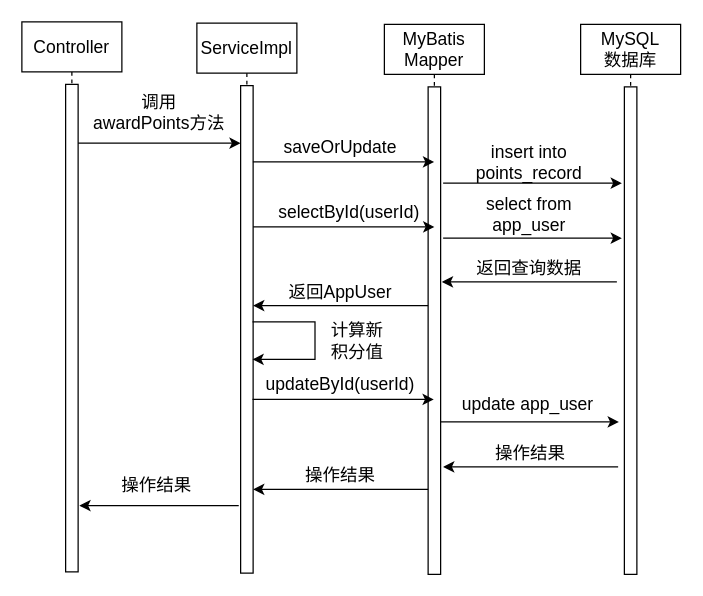
Earlier version of the draw.io diagram 积分.drawio (mochaDMQ/myPicture). Source tidied: cells renumbered, new cells numbered last; positions are measured from the earlier drawing's top-left corner, leaving out a move shared by most shapes. Both pictures are drawn from the tidied source at 125%, with x=0, y=0 at pixel (21, 21).
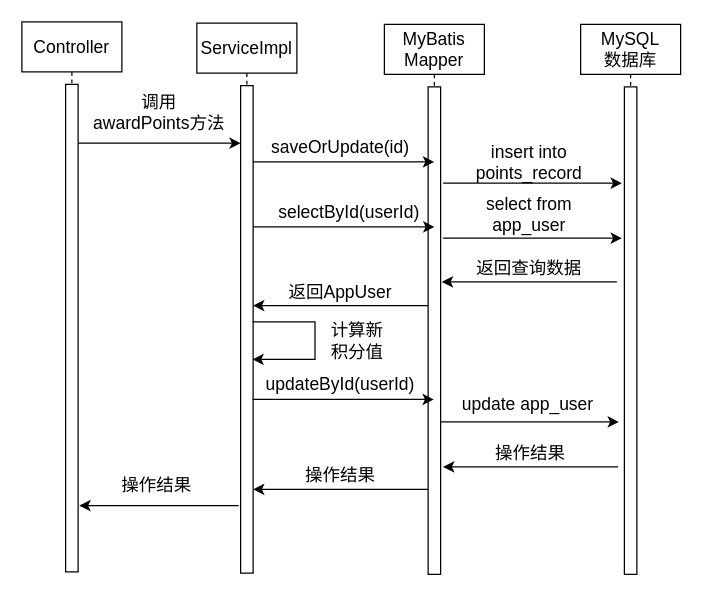
The same page after the edit.

The change refers to these unchanged cells:
```xml
<mxCell id="14" style="group;" parent="1" vertex="1">
  <mxGeometry x="184.8" y="87" width="145" height="26" as="geometry" />
</mxCell>
```

The edit, as a diff of the source:
```diff
@@
-    <mxCell id="16" value="saveOrUpdate" style="text;html=1;align=center;verticalAlign=middle;whiteSpace=wrap;rounded=0;fontSize=14;fontFamily=宋体;spacing=0;" parent="14" vertex="1">
+    <mxCell id="16" value="saveOrUpdate(id)" style="text;html=1;align=center;verticalAlign=middle;whiteSpace=wrap;rounded=0;fontSize=14;fontFamily=宋体;spacing=0;" parent="14" vertex="1">
       <mxGeometry x="12.3" width="116" height="26" as="geometry" />
     </mxCell>
```
